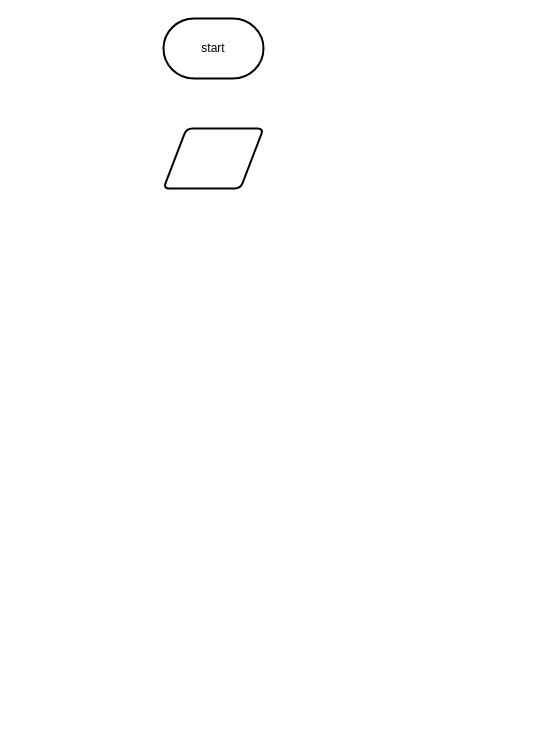
Above: design/assignment#4.drawio in Emmanuel-Fofeyin/ICS4U-Assignment4-Typescript (draw.io), before the change. Source tidied: cells renumbered, new cells numbered last; positions are measured from the earlier drawing's top-left corner, leaving out a move shared by most shapes. Both pictures are drawn from the tidied source at 100%, with x=0, y=0 at pixel (163, 18).
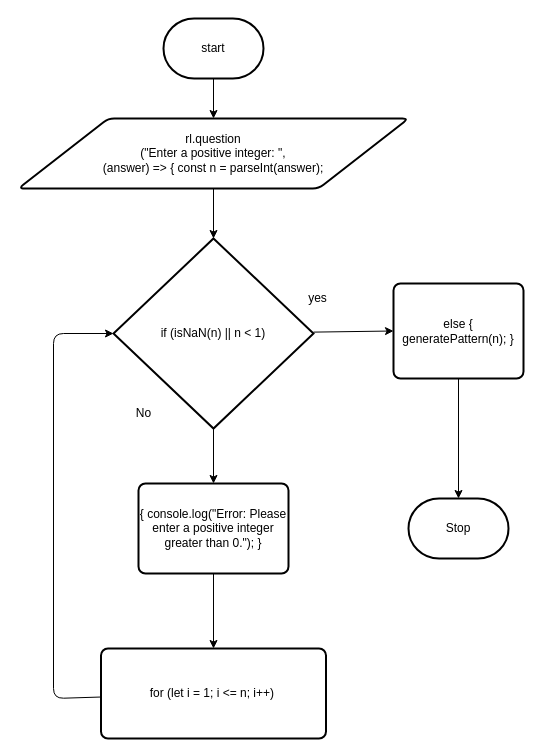
The same page after the edit.

What changed in the source:
```diff
@@
 <mxGraphModel>
   <root>
     <mxCell id="0" />
     <mxCell id="1" parent="0" />
+    <mxCell id="4" style="edgeStyle=none;html=1;entryX=0.5;entryY=0;entryDx=0;entryDy=0;" parent="1" edge="1" source="2" target="3">
+      <mxGeometry relative="1" as="geometry" />
+    </mxCell>
     <mxCell id="2" value="start" style="strokeWidth=2;html=1;shape=mxgraph.flowchart.terminator;whiteSpace=wrap;" parent="1" vertex="1">
       <mxGeometry width="100" height="60" as="geometry" />
     </mxCell>
+    <mxCell id="5" style="edgeStyle=none;html=1;entryX=0.5;entryY=0;entryDx=0;entryDy=0;entryPerimeter=0;" parent="1" edge="1" source="3" target="8">
+      <mxGeometry relative="1" as="geometry" />
+    </mxCell>
-    <mxCell id="3" style="shape=parallelogram;html=1;strokeWidth=2;perimeter=parallelogramPerimeter;whiteSpace=wrap;rounded=1;arcSize=12;size=0.23;" parent="1" vertex="1">
-      <mxGeometry y="110" width="100" height="60" as="geometry" />
+    <mxCell id="3" value="rl.question&lt;br&gt;(&quot;Enter a positive integer: &quot;, &lt;br&gt;(answer) =&amp;gt; { const n = parseInt(answer);" style="shape=parallelogram;html=1;strokeWidth=2;perimeter=parallelogramPerimeter;whiteSpace=wrap;rounded=1;arcSize=12;size=0.23;" parent="1" vertex="1">
+      <mxGeometry x="-145" y="100" width="390" height="70" as="geometry" />
     </mxCell>
+    <mxCell id="6" style="edgeStyle=none;html=1;entryX=0;entryY=0.5;entryDx=0;entryDy=0;" parent="1" edge="1" source="8" target="12">
+      <mxGeometry relative="1" as="geometry" />
+    </mxCell>
+    <mxCell id="7" style="edgeStyle=none;html=1;entryX=0.5;entryY=0;entryDx=0;entryDy=0;" parent="1" edge="1" source="8" target="15">
+      <mxGeometry relative="1" as="geometry" />
+    </mxCell>
+    <mxCell id="8" value="if (isNaN(n) || n &amp;lt; 1)" style="strokeWidth=2;html=1;shape=mxgraph.flowchart.decision;whiteSpace=wrap;" parent="1" vertex="1">
+      <mxGeometry x="-50" y="220" width="200" height="190" as="geometry" />
+    </mxCell>
+    <mxCell id="9" value="yes" style="text;html=1;align=center;verticalAlign=middle;strokeColor=none;fillColor=none;" parent="1" vertex="1">
+      <mxGeometry x="134" y="265" width="40" height="30" as="geometry" />
+    </mxCell>
+    <mxCell id="10" value="No" style="text;html=1;align=center;verticalAlign=middle;strokeColor=none;fillColor=none;" parent="1" vertex="1">
+      <mxGeometry x="-40" y="380" width="40" height="30" as="geometry" />
+    </mxCell>
+    <mxCell id="11" style="edgeStyle=none;html=1;entryX=0.5;entryY=0;entryDx=0;entryDy=0;entryPerimeter=0;" parent="1" edge="1" source="12" target="13">
+      <mxGeometry relative="1" as="geometry" />
+    </mxCell>
+    <mxCell id="12" value="else { generatePattern(n); }" style="rounded=1;whiteSpace=wrap;html=1;absoluteArcSize=1;arcSize=14;strokeWidth=2;" parent="1" vertex="1">
+      <mxGeometry x="230" y="265" width="130" height="95" as="geometry" />
+    </mxCell>
+    <mxCell id="13" value="Stop" style="strokeWidth=2;html=1;shape=mxgraph.flowchart.terminator;whiteSpace=wrap;" parent="1" vertex="1">
+      <mxGeometry x="245" y="480" width="100" height="60" as="geometry" />
+    </mxCell>
+    <mxCell id="14" style="edgeStyle=none;html=1;entryX=0.5;entryY=0;entryDx=0;entryDy=0;" parent="1" edge="1" source="15" target="17">
+      <mxGeometry relative="1" as="geometry" />
+    </mxCell>
+    <mxCell id="15" value="{ console.log(&quot;Error: Please enter a positive integer greater than 0.&quot;); }" style="rounded=1;whiteSpace=wrap;html=1;absoluteArcSize=1;arcSize=14;strokeWidth=2;" parent="1" vertex="1">
+      <mxGeometry x="-25" y="465" width="150" height="90" as="geometry" />
+    </mxCell>
+    <mxCell id="16" style="edgeStyle=none;html=1;entryX=0;entryY=0.5;entryDx=0;entryDy=0;entryPerimeter=0;" parent="1" edge="1" source="17" target="8">
+      <mxGeometry relative="1" as="geometry">
+        <Array as="points">
+          <mxPoint x="-110" y="680" />
+          <mxPoint x="-110" y="315" />
+        </Array>
+      </mxGeometry>
+    </mxCell>
+    <mxCell id="17" value="for (let i = 1; i &amp;lt;= n; i++)&amp;nbsp;" style="rounded=1;whiteSpace=wrap;html=1;absoluteArcSize=1;arcSize=14;strokeWidth=2;" parent="1" vertex="1">
+      <mxGeometry x="-62.5" y="630" width="225" height="90" as="geometry" />
+    </mxCell>
   </root>
 </mxGraphModel>
```
